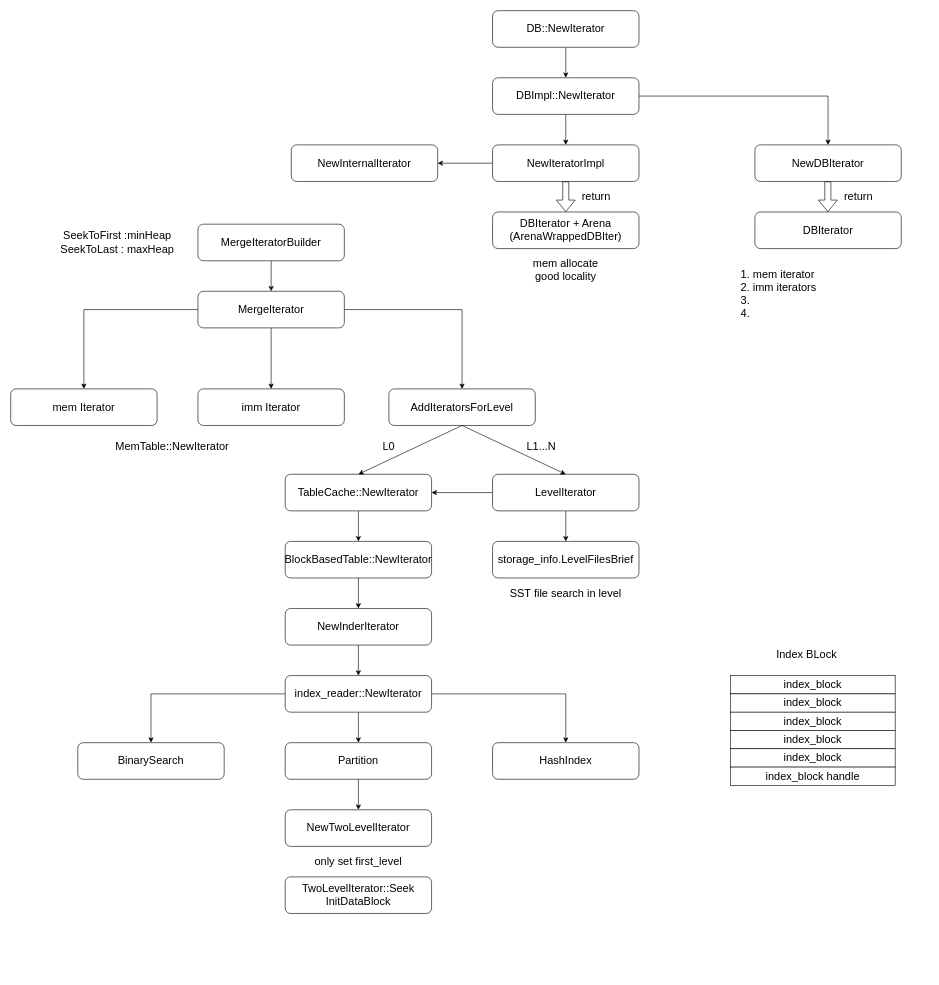
Before: draw_img/rocksdb_iterator.drawio in Tom-CaoZH/notes-pictures, a draw.io diagram. Source tidied: cells renumbered, new cells numbered last; positions are measured from the earlier drawing's top-left corner, leaving out a move shared by most shapes. Both pictures are drawn from the tidied source at 61%, with x=0, y=0 at pixel (10, 10).
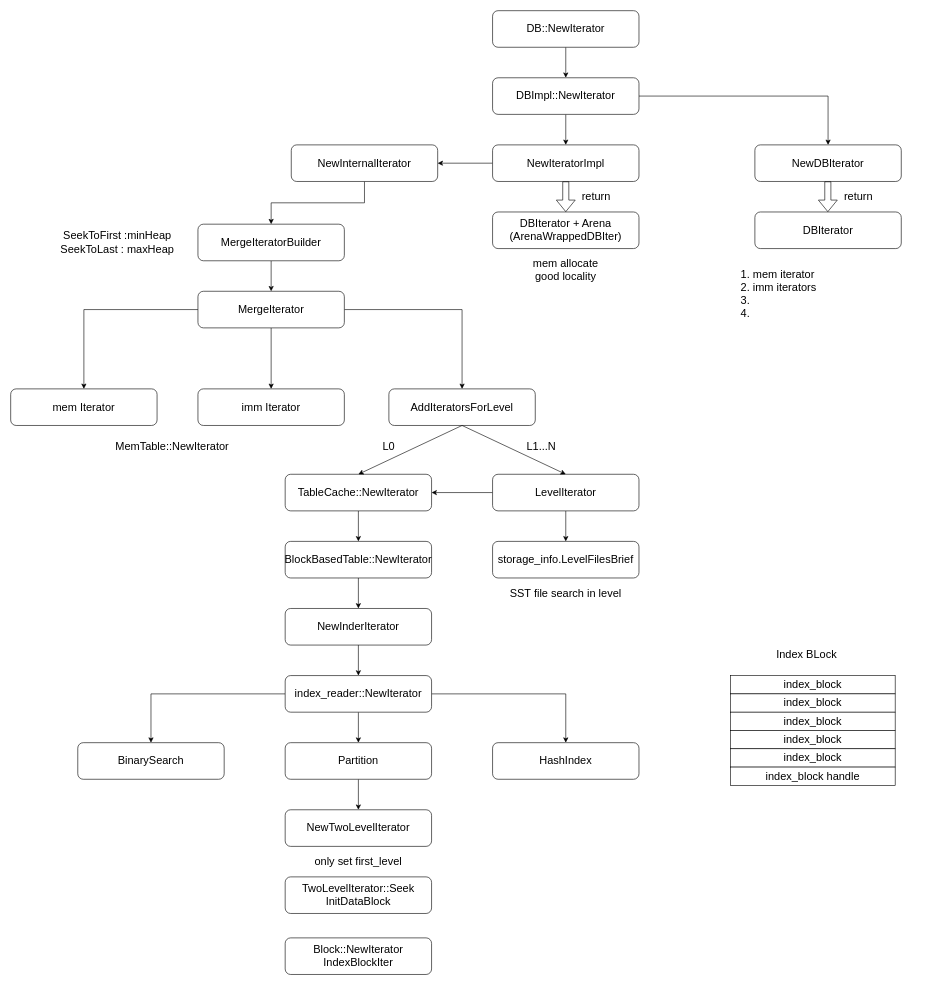
The same diagram, later.

Unchanged cells that the change refers to:
```xml
<mxCell id="17" value="&lt;font style=&quot;font-size: 18px;&quot;&gt;NewInternalIterator&lt;/font&gt;" style="rounded=1;whiteSpace=wrap;html=1;" parent="1" vertex="1">
  <mxGeometry x="460" y="220" width="240" height="60" as="geometry" />
</mxCell>
<mxCell id="20" value="&lt;font style=&quot;font-size: 18px;&quot;&gt;MergeIteratorBuilder&lt;/font&gt;" style="rounded=1;whiteSpace=wrap;html=1;" parent="1" vertex="1">
  <mxGeometry x="307" y="350" width="240" height="60" as="geometry" />
</mxCell>
```

What changed in the source:
```diff
@@
+    <mxCell id="63" style="edgeStyle=orthogonalEdgeStyle;rounded=0;jettySize=auto;html=1;entryX=0.5;entryY=0;entryDx=0;entryDy=0;fontSize=18;" parent="1" edge="1" source="17" target="20">
+      <mxGeometry relative="1" as="geometry" />
+    </mxCell>
@@
+    <mxCell id="64" value="&lt;span style=&quot;font-size: 18px;&quot;&gt;Block::NewIterator&lt;br&gt;IndexBlockIter&lt;br&gt;&lt;/span&gt;" style="rounded=1;whiteSpace=wrap;html=1;" parent="1" vertex="1">
+      <mxGeometry x="450" y="1520" width="240" height="60" as="geometry" />
+    </mxCell>
```
